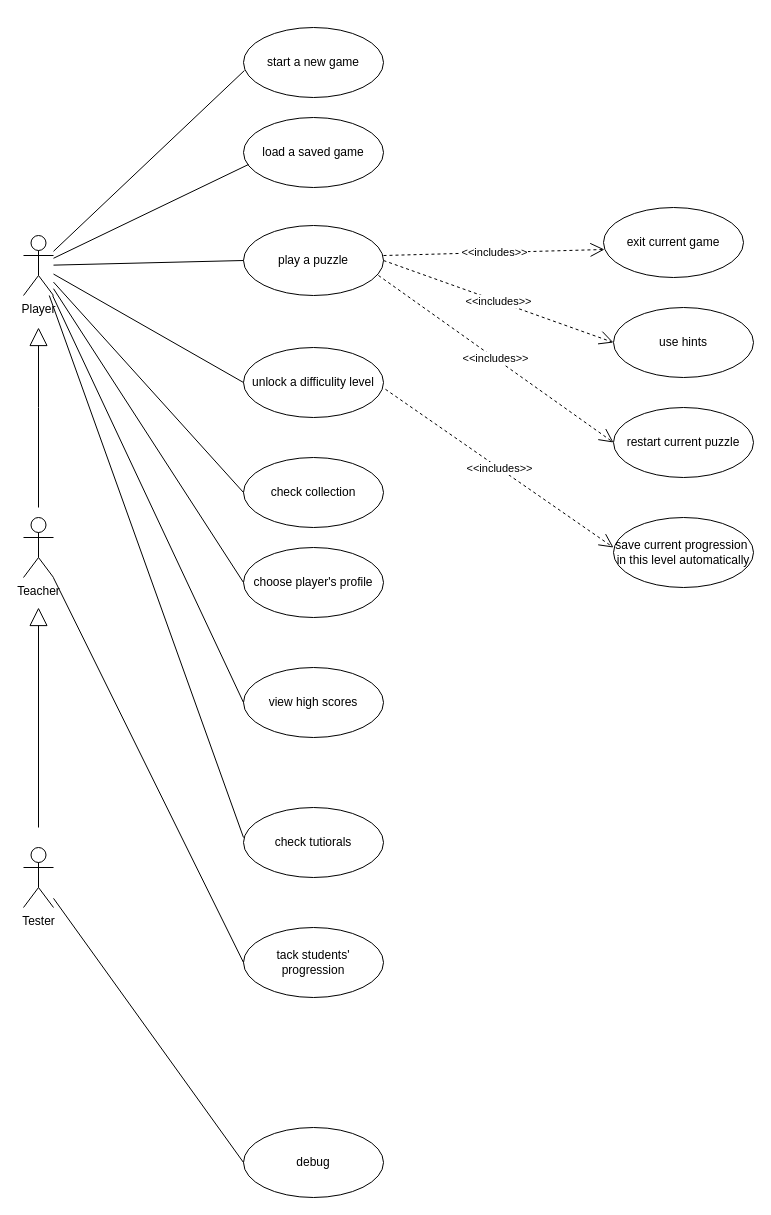
Earlier version of the draw.io diagram 未命名绘图.drawio (maxinimize/uml). Source tidied: cells renumbered, new cells numbered last; positions are measured from the earlier drawing's top-left corner, leaving out a move shared by most shapes. Both pictures are drawn from the tidied source at 100%, with x=0, y=0 at pixel (23, 27).
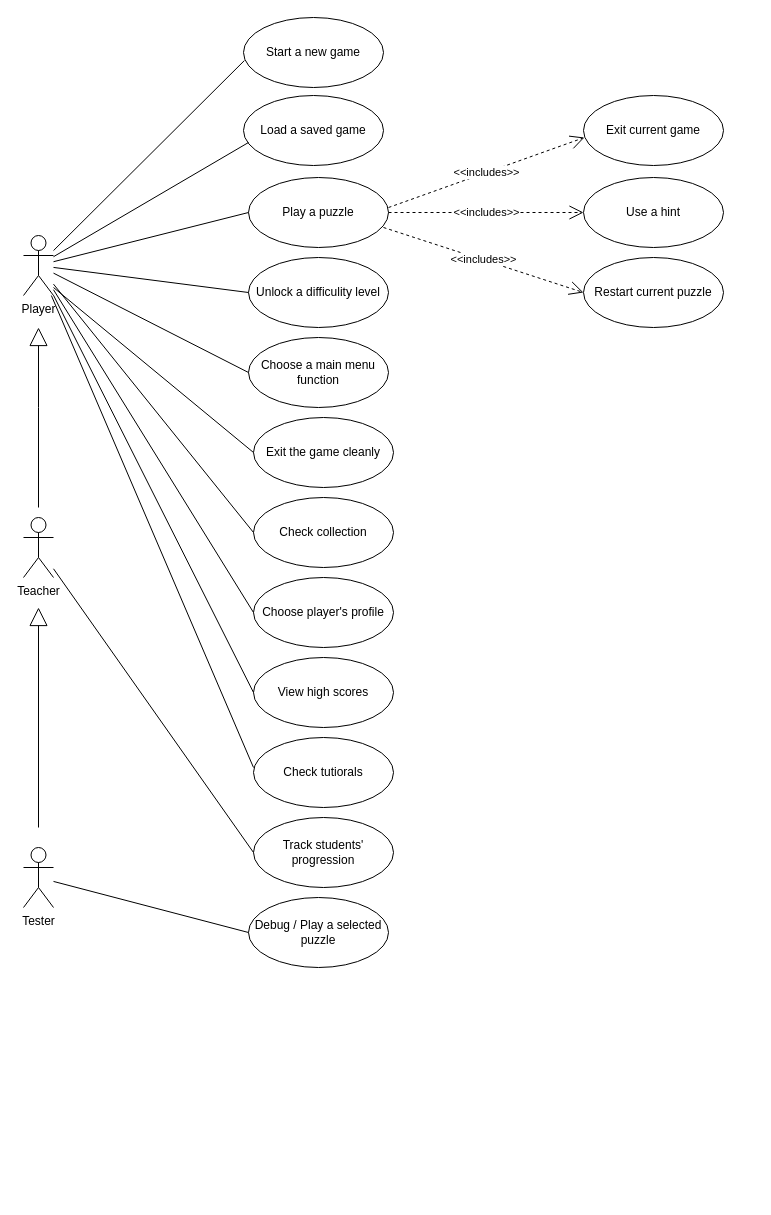
Above is the later version.

Commit message:
更新未命名绘图.drawio

Unchanged cells that the change refers to:
```xml
<mxCell id="2" value="Player" style="shape=umlActor;verticalLabelPosition=bottom;verticalAlign=top;html=1;outlineConnect=0;" parent="1" vertex="1">
  <mxGeometry y="208" width="30" height="60" as="geometry" />
</mxCell>
```

Change to the diagram source:
```diff
@@
-    <mxCell id="5" value="debug" style="ellipse;whiteSpace=wrap;html=1;" parent="1" vertex="1">
-      <mxGeometry x="220" y="1100" width="140" height="70" as="geometry" />
+    <mxCell id="5" value="Debug / Play a selected puzzle" style="ellipse;whiteSpace=wrap;html=1;" parent="1" vertex="1">
+      <mxGeometry x="225" y="870" width="140" height="70" as="geometry" />
     </mxCell>
-    <mxCell id="6" value="check collection" style="ellipse;whiteSpace=wrap;html=1;" parent="1" vertex="1">
-      <mxGeometry x="220" y="430" width="140" height="70" as="geometry" />
+    <mxCell id="6" value="Check collection" style="ellipse;whiteSpace=wrap;html=1;" parent="1" vertex="1">
+      <mxGeometry x="230" y="470" width="140" height="70" as="geometry" />
     </mxCell>
-    <mxCell id="7" value="start a new game" style="ellipse;whiteSpace=wrap;html=1;" parent="1" vertex="1">
-      <mxGeometry x="220" width="140" height="70" as="geometry" />
+    <mxCell id="7" value="Start a new game" style="ellipse;whiteSpace=wrap;html=1;" parent="1" vertex="1">
+      <mxGeometry x="220" y="-10" width="140" height="70" as="geometry" />
     </mxCell>
-    <mxCell id="8" value="load a saved game" style="ellipse;whiteSpace=wrap;html=1;" parent="1" vertex="1">
-      <mxGeometry x="220" y="90" width="140" height="70" as="geometry" />
+    <mxCell id="8" value="Load a saved game" style="ellipse;whiteSpace=wrap;html=1;" parent="1" vertex="1">
+      <mxGeometry x="220" y="68" width="140" height="70" as="geometry" />
     </mxCell>
-    <mxCell id="9" value="tack students' progression" style="ellipse;whiteSpace=wrap;html=1;" parent="1" vertex="1">
-      <mxGeometry x="220" y="900" width="140" height="70" as="geometry" />
+    <mxCell id="9" value="Track students' progression" style="ellipse;whiteSpace=wrap;html=1;" parent="1" vertex="1">
+      <mxGeometry x="230" y="790" width="140" height="70" as="geometry" />
     </mxCell>
-    <mxCell id="10" value="view high scores" style="ellipse;whiteSpace=wrap;html=1;" parent="1" vertex="1">
-      <mxGeometry x="220" y="640" width="140" height="70" as="geometry" />
+    <mxCell id="10" value="View high scores" style="ellipse;whiteSpace=wrap;html=1;" parent="1" vertex="1">
+      <mxGeometry x="230" y="630" width="140" height="70" as="geometry" />
     </mxCell>
-    <mxCell id="11" value="check tutiorals" style="ellipse;whiteSpace=wrap;html=1;" parent="1" vertex="1">
-      <mxGeometry x="220" y="780" width="140" height="70" as="geometry" />
+    <mxCell id="11" value="Check tutiorals" style="ellipse;whiteSpace=wrap;html=1;" parent="1" vertex="1">
+      <mxGeometry x="230" y="710" width="140" height="70" as="geometry" />
     </mxCell>
@@
-    <mxCell id="21" value="choose player's profile" style="ellipse;whiteSpace=wrap;html=1;" parent="1" vertex="1">
-      <mxGeometry x="220" y="520" width="140" height="70" as="geometry" />
+    <mxCell id="21" value="Choose player's profile" style="ellipse;whiteSpace=wrap;html=1;" parent="1" vertex="1">
+      <mxGeometry x="230" y="550" width="140" height="70" as="geometry" />
     </mxCell>
@@
-    <mxCell id="23" value="play a puzzle" style="ellipse;whiteSpace=wrap;html=1;" parent="1" vertex="1">
-      <mxGeometry x="220" y="198" width="140" height="70" as="geometry" />
+    <mxCell id="23" value="Play a puzzle" style="ellipse;whiteSpace=wrap;html=1;" parent="1" vertex="1">
+      <mxGeometry x="225" y="150" width="140" height="70" as="geometry" />
     </mxCell>
@@
-    <mxCell id="25" value="exit current game" style="ellipse;whiteSpace=wrap;html=1;" parent="1" vertex="1">
-      <mxGeometry x="580" y="180" width="140" height="70" as="geometry" />
+    <mxCell id="25" value="Exit current game" style="ellipse;whiteSpace=wrap;html=1;" parent="1" vertex="1">
+      <mxGeometry x="560" y="68" width="140" height="70" as="geometry" />
     </mxCell>
@@
-    <mxCell id="27" value="use hints" style="ellipse;whiteSpace=wrap;html=1;" parent="1" vertex="1">
-      <mxGeometry x="590" y="280" width="140" height="70" as="geometry" />
+    <mxCell id="27" value="Use a hint" style="ellipse;whiteSpace=wrap;html=1;" parent="1" vertex="1">
+      <mxGeometry x="560" y="150" width="140" height="70" as="geometry" />
     </mxCell>
@@
-    <mxCell id="29" value="restart current puzzle" style="ellipse;whiteSpace=wrap;html=1;" parent="1" vertex="1">
-      <mxGeometry x="590" y="380" width="140" height="70" as="geometry" />
+    <mxCell id="29" value="Restart current puzzle" style="ellipse;whiteSpace=wrap;html=1;" parent="1" vertex="1">
+      <mxGeometry x="560" y="230" width="140" height="70" as="geometry" />
     </mxCell>
@@
-    <mxCell id="31" value="unlock a difficulity level" style="ellipse;whiteSpace=wrap;html=1;" parent="1" vertex="1">
-      <mxGeometry x="220" y="320" width="140" height="70" as="geometry" />
+    <mxCell id="31" value="Unlock a difficulity level" style="ellipse;whiteSpace=wrap;html=1;" parent="1" vertex="1">
+      <mxGeometry x="225" y="230" width="140" height="70" as="geometry" />
     </mxCell>
@@
-    <mxCell id="33" value="save current progression&amp;nbsp; in this level automatically" style="ellipse;whiteSpace=wrap;html=1;" parent="1" vertex="1">
-      <mxGeometry x="590" y="490" width="140" height="70" as="geometry" />
-    </mxCell>
-    <mxCell id="34" value="&amp;lt;&amp;lt;includes&amp;gt;&amp;gt;" style="endArrow=open;endSize=12;dashed=1;html=1;rounded=0;entryX=0;entryY=0.429;entryDx=0;entryDy=0;exitX=1.014;exitY=0.597;exitDx=0;exitDy=0;exitPerimeter=0;entryPerimeter=0;" parent="1" edge="1" source="31" target="33">
-      <mxGeometry relative="1" as="geometry" />
-    </mxCell>
+    <mxCell id="35" value="Choose a main menu function" style="ellipse;whiteSpace=wrap;html=1;" parent="1" vertex="1">
+      <mxGeometry x="225" y="310" width="140" height="70" as="geometry" />
+    </mxCell>
+    <mxCell id="36" style="endArrow=none;endSize=12;html=1;rounded=0;entryX=0;entryY=0.5;entryDx=0;entryDy=0;endFill=0;" parent="1" edge="1" source="2" target="35">
+      <mxGeometry relative="1" as="geometry" />
+    </mxCell>
+    <mxCell id="37" value="Exit the game cleanly" style="ellipse;whiteSpace=wrap;html=1;" parent="1" vertex="1">
+      <mxGeometry x="230" y="390" width="140" height="70" as="geometry" />
+    </mxCell>
+    <mxCell id="38" style="endArrow=none;endSize=12;html=1;rounded=0;entryX=0;entryY=0.5;entryDx=0;entryDy=0;endFill=0;" parent="1" edge="1" target="37">
+      <mxGeometry relative="1" as="geometry">
+        <mxPoint x="30" y="260" as="sourcePoint" />
+      </mxGeometry>
+    </mxCell>
```
